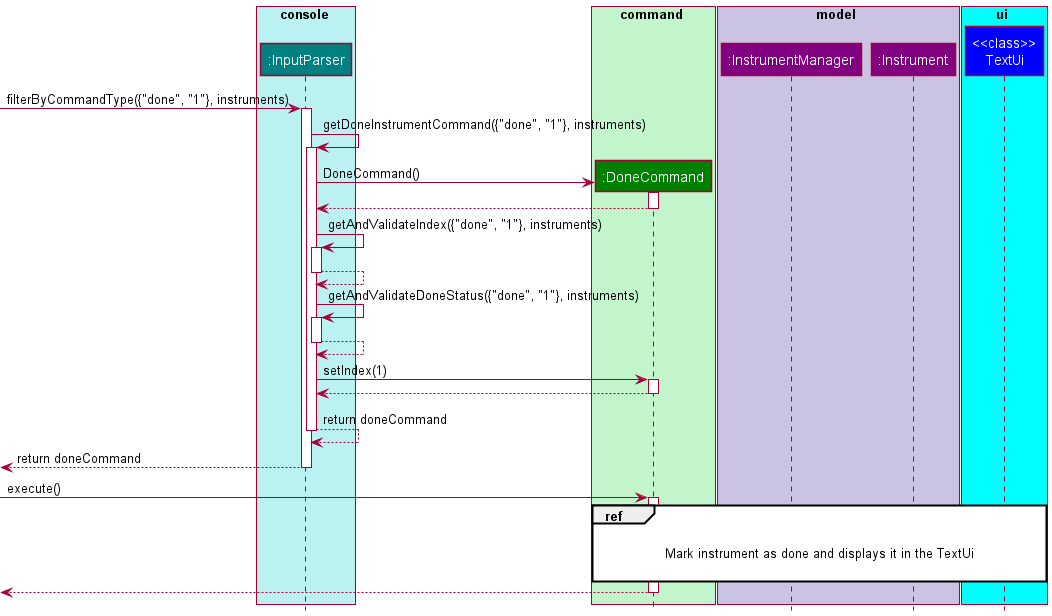
Before: docs/images/DoneCryptoSequenceDiagram.png, a diagram exported from PlantUML (williamlamjy/mTracker).
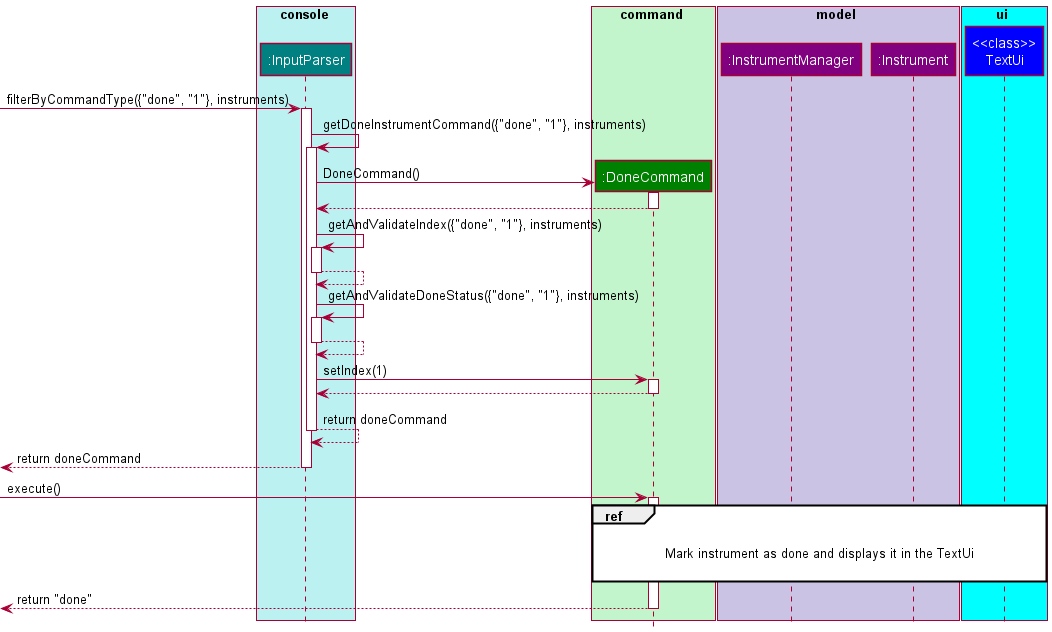
The same file after the commit.

Commit message:
Add stock execute diagram

What changed in the source:
```diff
@@ -63,7 +63,7 @@
 
 endref
 
-[<--DoneCommand
+[<--DoneCommand : return "done"
 deactivate DoneCommand
 
 @enduml
```
